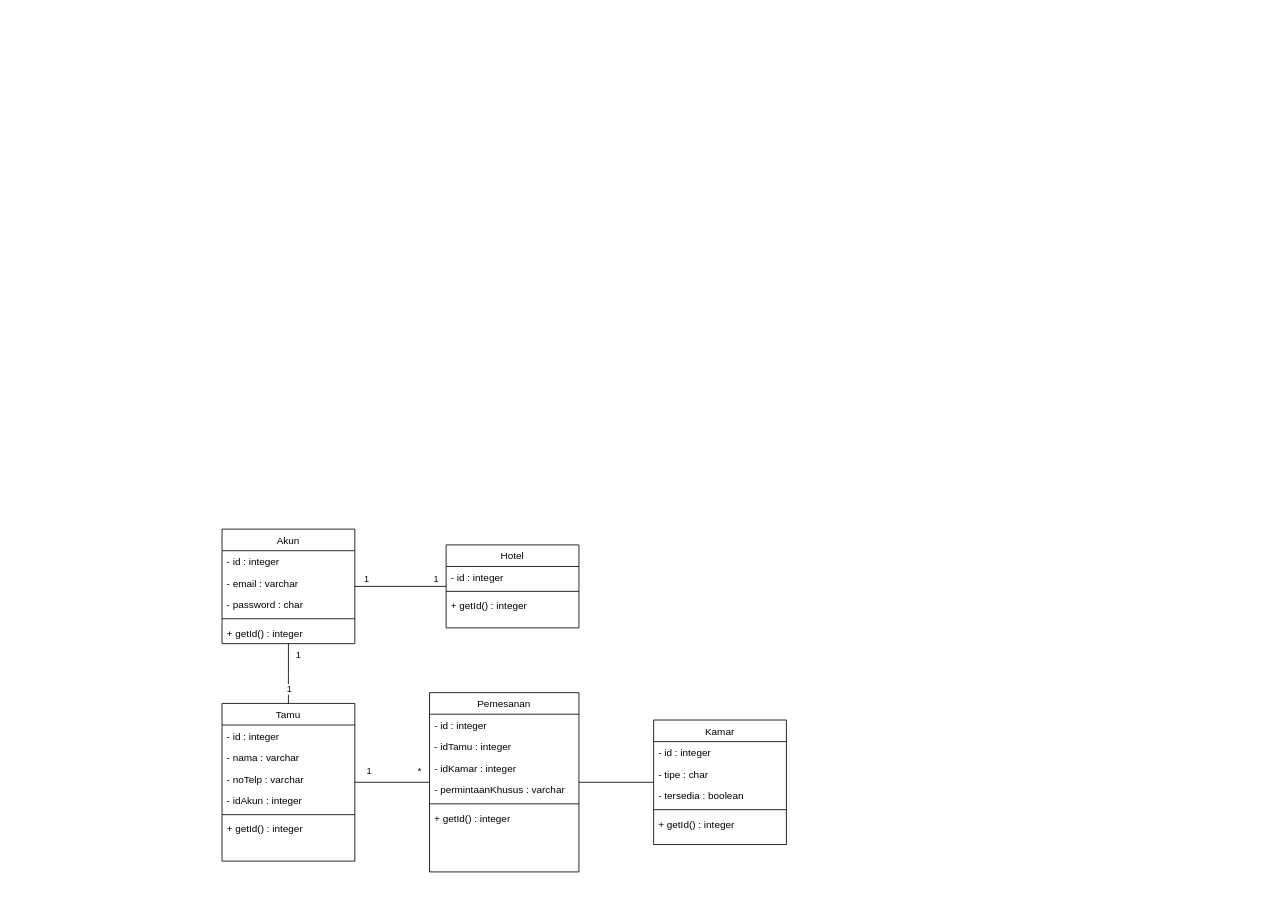
Before: modul8-aps.drawio in ahmrh/diagrams.net, a draw.io diagram. Source tidied: cells renumbered, new cells numbered last; positions are measured from the earlier drawing's top-left corner, leaving out a move shared by most shapes. Both pictures are drawn from the tidied source at 83%, with x=0, y=0 at pixel (222, 529).
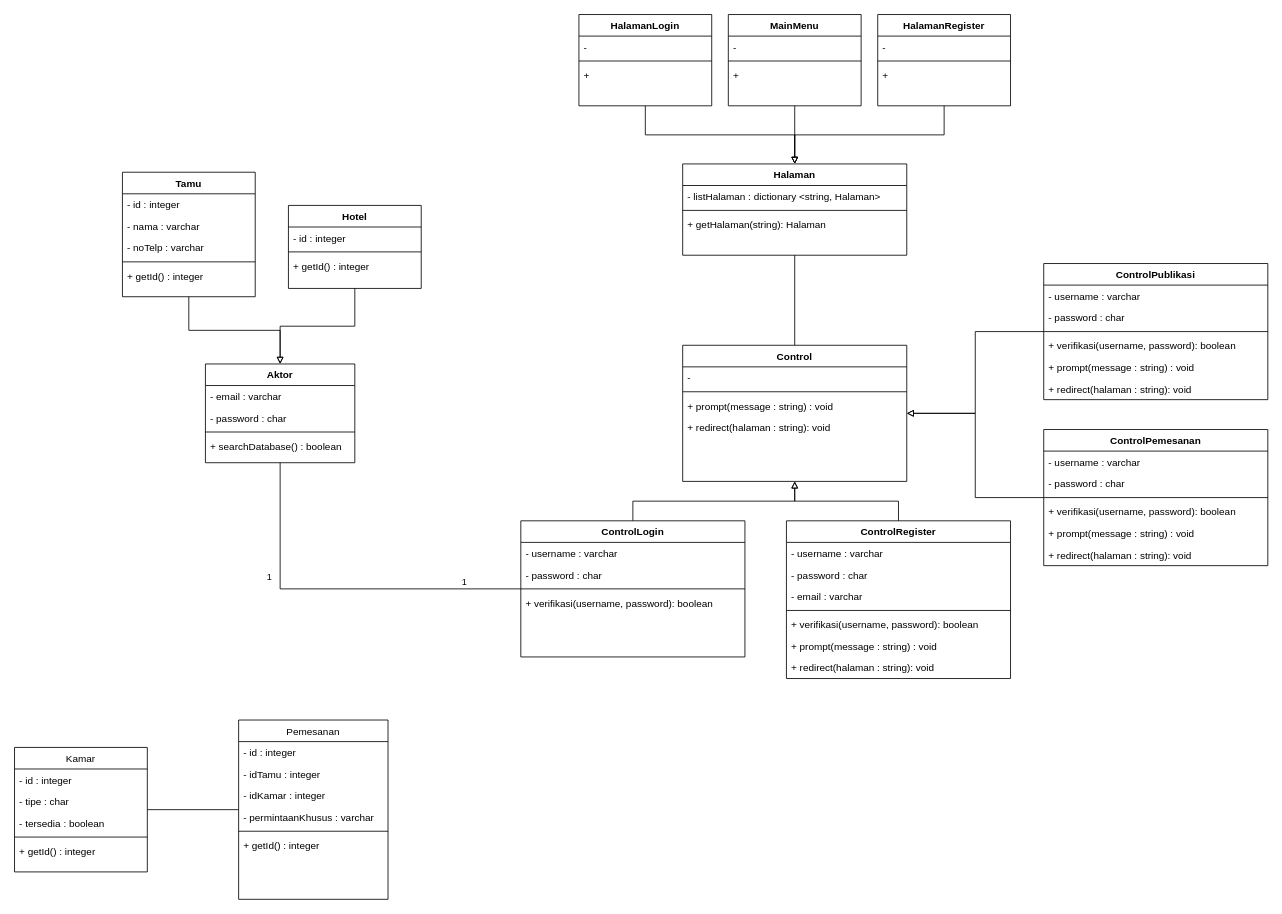
The same diagram, later.

The edit, as a diff of the source:
```diff
@@
-    <mxCell id="2" value="Akun" style="swimlane;fontStyle=0;align=center;verticalAlign=top;horizontal=1;startSize=26;rounded=0;shadow=0;strokeWidth=1;" parent="1" vertex="1">
-      <mxGeometry width="160" height="138" as="geometry" />
+    <mxCell id="2" value="Aktor" style="swimlane;fontStyle=1;align=center;verticalAlign=top;horizontal=1;startSize=26;rounded=0;shadow=0;strokeWidth=1;" parent="1" vertex="1">
+      <mxGeometry x="-20" y="-199" width="180" height="119" as="geometry" />
     </mxCell>
-    <mxCell id="3" value="- id : integer" style="text;align=left;verticalAlign=top;spacingLeft=4;spacingRight=4;overflow=hidden;" parent="2" vertex="1">
-      <mxGeometry y="26" width="160" height="26" as="geometry" />
-    </mxCell>
     <mxCell id="4" value="- email : varchar" style="text;align=left;verticalAlign=top;spacingLeft=4;spacingRight=4;overflow=hidden;" parent="2" vertex="1">
-      <mxGeometry y="52" width="160" height="26" as="geometry" />
+      <mxGeometry y="26" width="180" height="26" as="geometry" />
     </mxCell>
     <mxCell id="5" value="- password : char" style="text;align=left;verticalAlign=top;spacingLeft=4;spacingRight=4;overflow=hidden;rounded=0;shadow=0;html=0;" parent="2" vertex="1">
-      <mxGeometry y="78" width="160" height="26" as="geometry" />
+      <mxGeometry y="52" width="180" height="26" as="geometry" />
     </mxCell>
     <mxCell id="6" style="line;html=1;strokeWidth=1;align=left;verticalAlign=middle;spacingTop=-1;spacingLeft=3;spacingRight=3;labelPosition=right;" parent="2" vertex="1">
-      <mxGeometry y="104" width="160" height="8" as="geometry" />
+      <mxGeometry y="78" width="180" height="8" as="geometry" />
     </mxCell>
-    <mxCell id="7" value="+ getId() : integer" style="text;align=left;verticalAlign=top;spacingLeft=4;spacingRight=4;overflow=hidden;" parent="2" vertex="1">
-      <mxGeometry y="112" width="160" height="26" as="geometry" />
+    <mxCell id="7" value="+ searchDatabase() : boolean" style="text;align=left;verticalAlign=top;spacingLeft=4;spacingRight=4;overflow=hidden;" parent="2" vertex="1">
+      <mxGeometry y="86" width="180" height="26" as="geometry" />
     </mxCell>
-    <mxCell id="8" style="edgeStyle=orthogonalEdgeStyle;rounded=0;jettySize=auto;html=1;endArrow=none;endFill=0;" parent="1" edge="1" source="11" target="22">
-      <mxGeometry relative="1" as="geometry" />
-    </mxCell>
-    <mxCell id="9" value="1" style="edgeLabel;html=1;align=center;verticalAlign=middle;" parent="8" vertex="1">
-      <mxGeometry x="-0.64" y="-1" relative="1" as="geometry">
-        <mxPoint y="-16" as="offset" />
-      </mxGeometry>
-    </mxCell>
-    <mxCell id="10" value="*" style="edgeLabel;html=1;align=center;verticalAlign=middle;" parent="8" vertex="1">
-      <mxGeometry x="0.7" relative="1" as="geometry">
-        <mxPoint y="-15" as="offset" />
-      </mxGeometry>
-    </mxCell>
+    <mxCell id="18" style="edgeStyle=orthogonalEdgeStyle;rounded=0;jettySize=auto;html=1;endArrow=block;endFill=0;" parent="1" edge="1" source="11" target="2">
+      <mxGeometry relative="1" as="geometry" />
+    </mxCell>
-    <mxCell id="11" value="Tamu" style="swimlane;fontStyle=0;align=center;verticalAlign=top;horizontal=1;startSize=26;rounded=0;shadow=0;strokeWidth=1;" parent="1" vertex="1">
-      <mxGeometry y="210" width="160" height="190" as="geometry" />
+    <mxCell id="11" value="Tamu" style="swimlane;fontStyle=1;align=center;verticalAlign=top;horizontal=1;startSize=26;rounded=0;shadow=0;strokeWidth=1;" parent="1" vertex="1">
+      <mxGeometry x="-120" y="-430" width="160" height="150" as="geometry" />
     </mxCell>
@@
-    <mxCell id="15" value="- idAkun : integer" style="text;align=left;verticalAlign=top;spacingLeft=4;spacingRight=4;overflow=hidden;" parent="11" vertex="1">
-      <mxGeometry y="104" width="160" height="26" as="geometry" />
-    </mxCell>
     <mxCell id="16" style="line;html=1;strokeWidth=1;align=left;verticalAlign=middle;spacingTop=-1;spacingLeft=3;spacingRight=3;labelPosition=right;" parent="11" vertex="1">
-      <mxGeometry y="130" width="160" height="8" as="geometry" />
+      <mxGeometry y="104" width="160" height="8" as="geometry" />
     </mxCell>
     <mxCell id="17" value="+ getId() : integer" style="text;align=left;verticalAlign=top;spacingLeft=4;spacingRight=4;overflow=hidden;" parent="11" vertex="1">
-      <mxGeometry y="138" width="160" height="26" as="geometry" />
+      <mxGeometry y="112" width="160" height="26" as="geometry" />
     </mxCell>
-    <mxCell id="18" style="endArrow=none;endSize=10;endFill=0;shadow=0;strokeWidth=1;rounded=0;edgeStyle=elbowEdgeStyle;elbow=vertical;" parent="1" edge="1" source="11" target="2">
-      <mxGeometry relative="1" as="geometry" />
-    </mxCell>
-    <mxCell id="19" value="1" style="edgeLabel;html=1;align=center;verticalAlign=middle;" parent="18" vertex="1">
-      <mxGeometry x="-0.83" y="-1" relative="1" as="geometry">
-        <mxPoint x="-1" y="-12" as="offset" />
-      </mxGeometry>
-    </mxCell>
-    <mxCell id="20" value="1" style="edgeLabel;html=1;align=center;verticalAlign=middle;" parent="18" vertex="1">
-      <mxGeometry x="0.45" y="2" relative="1" as="geometry">
-        <mxPoint x="13" y="-7" as="offset" />
-      </mxGeometry>
-    </mxCell>
@@
     <mxCell id="22" value="Pemesanan" style="swimlane;fontStyle=0;align=center;verticalAlign=top;horizontal=1;startSize=26;rounded=0;shadow=0;strokeWidth=1;" parent="1" vertex="1">
-      <mxGeometry x="250" y="197" width="180" height="216" as="geometry" />
+      <mxGeometry x="20" y="230" width="180" height="216" as="geometry" />
     </mxCell>
@@
-    <mxCell id="29" style="edgeStyle=orthogonalEdgeStyle;rounded=0;jettySize=auto;html=1;endArrow=none;endFill=0;" parent="1" edge="1" source="32" target="2">
+    <mxCell id="29" style="edgeStyle=orthogonalEdgeStyle;rounded=0;jettySize=auto;html=1;endArrow=block;endFill=0;" parent="1" edge="1" source="32" target="2">
       <mxGeometry relative="1" as="geometry" />
     </mxCell>
-    <mxCell id="30" value="1" style="edgeLabel;html=1;align=center;verticalAlign=middle;" parent="29" vertex="1">
-      <mxGeometry x="-0.67" y="1" relative="1" as="geometry">
-        <mxPoint x="5" y="-11" as="offset" />
-      </mxGeometry>
-    </mxCell>
-    <mxCell id="31" value="1" style="edgeLabel;html=1;align=center;verticalAlign=middle;" parent="29" vertex="1">
-      <mxGeometry x="0.73" y="1" relative="1" as="geometry">
-        <mxPoint x="-2" y="-11" as="offset" />
-      </mxGeometry>
-    </mxCell>
-    <mxCell id="32" value="Hotel" style="swimlane;fontStyle=0;align=center;verticalAlign=top;horizontal=1;startSize=26;rounded=0;shadow=0;strokeWidth=1;" parent="1" vertex="1">
-      <mxGeometry x="270" y="19" width="160" height="100" as="geometry" />
+    <mxCell id="32" value="Hotel" style="swimlane;fontStyle=1;align=center;verticalAlign=top;horizontal=1;startSize=26;rounded=0;shadow=0;strokeWidth=1;" parent="1" vertex="1">
+      <mxGeometry x="80" y="-390" width="160" height="100" as="geometry" />
     </mxCell>
@@
     <mxCell id="36" value="Kamar" style="swimlane;fontStyle=0;align=center;verticalAlign=top;horizontal=1;startSize=26;rounded=0;shadow=0;strokeWidth=1;" parent="1" vertex="1">
-      <mxGeometry x="520" y="230" width="160" height="150" as="geometry" />
+      <mxGeometry x="-250" y="263" width="160" height="150" as="geometry" />
     </mxCell>
@@
+    <mxCell id="42" style="edgeStyle=orthogonalEdgeStyle;rounded=0;jettySize=auto;html=1;endArrow=none;endFill=0;" parent="1" edge="1" source="47" target="2">
+      <mxGeometry relative="1" as="geometry" />
+    </mxCell>
+    <mxCell id="43" value="1" style="edgeLabel;html=1;align=center;verticalAlign=middle;" parent="42" vertex="1">
+      <mxGeometry x="0.35" y="-2" relative="1" as="geometry">
+        <mxPoint x="-16" y="-7" as="offset" />
+      </mxGeometry>
+    </mxCell>
+    <mxCell id="44" value="1" style="edgeLabel;html=1;align=center;verticalAlign=middle;" parent="42" vertex="1">
+      <mxGeometry x="-0.66" y="-2" relative="1" as="geometry">
+        <mxPoint x="6" y="-7" as="offset" />
+      </mxGeometry>
+    </mxCell>
+    <mxCell id="45" style="edgeStyle=orthogonalEdgeStyle;rounded=0;jettySize=auto;html=1;startArrow=none;startFill=0;endArrow=none;endFill=0;" parent="1" edge="1" source="79" target="61">
+      <mxGeometry relative="1" as="geometry" />
+    </mxCell>
+    <mxCell id="46" style="edgeStyle=orthogonalEdgeStyle;rounded=0;jettySize=auto;html=1;startArrow=none;startFill=0;endArrow=block;endFill=0;" parent="1" edge="1" source="47" target="79">
+      <mxGeometry relative="1" as="geometry" />
+    </mxCell>
+    <mxCell id="47" value="ControlLogin" style="swimlane;fontStyle=1;align=center;verticalAlign=top;horizontal=1;startSize=26;rounded=0;shadow=0;strokeWidth=1;" parent="1" vertex="1">
+      <mxGeometry x="360" y="-10" width="270" height="164" as="geometry" />
+    </mxCell>
+    <mxCell id="48" value="- username : varchar" style="text;align=left;verticalAlign=top;spacingLeft=4;spacingRight=4;overflow=hidden;" parent="47" vertex="1">
+      <mxGeometry y="26" width="270" height="26" as="geometry" />
+    </mxCell>
+    <mxCell id="49" value="- password : char" style="text;align=left;verticalAlign=top;spacingLeft=4;spacingRight=4;overflow=hidden;" parent="47" vertex="1">
+      <mxGeometry y="52" width="270" height="26" as="geometry" />
+    </mxCell>
+    <mxCell id="50" style="line;html=1;strokeWidth=1;align=left;verticalAlign=middle;spacingTop=-1;spacingLeft=3;spacingRight=3;labelPosition=right;" parent="47" vertex="1">
+      <mxGeometry y="78" width="270" height="8" as="geometry" />
+    </mxCell>
+    <mxCell id="51" value="+ verifikasi(username, password): boolean" style="text;align=left;verticalAlign=top;spacingLeft=4;spacingRight=4;overflow=hidden;" parent="47" vertex="1">
+      <mxGeometry y="86" width="270" height="26" as="geometry" />
+    </mxCell>
+    <mxCell id="52" value="ControlRegister" style="swimlane;fontStyle=1;align=center;verticalAlign=top;horizontal=1;startSize=26;rounded=0;shadow=0;strokeWidth=1;" parent="1" vertex="1">
+      <mxGeometry x="680" y="-10" width="270" height="190" as="geometry" />
+    </mxCell>
+    <mxCell id="53" value="- username : varchar" style="text;align=left;verticalAlign=top;spacingLeft=4;spacingRight=4;overflow=hidden;" parent="52" vertex="1">
+      <mxGeometry y="26" width="270" height="26" as="geometry" />
+    </mxCell>
+    <mxCell id="54" value="- password : char" style="text;align=left;verticalAlign=top;spacingLeft=4;spacingRight=4;overflow=hidden;" parent="52" vertex="1">
+      <mxGeometry y="52" width="270" height="26" as="geometry" />
+    </mxCell>
+    <mxCell id="55" value="- email : varchar" style="text;align=left;verticalAlign=top;spacingLeft=4;spacingRight=4;overflow=hidden;" parent="52" vertex="1">
+      <mxGeometry y="78" width="270" height="26" as="geometry" />
+    </mxCell>
+    <mxCell id="56" style="line;html=1;strokeWidth=1;align=left;verticalAlign=middle;spacingTop=-1;spacingLeft=3;spacingRight=3;labelPosition=right;" parent="52" vertex="1">
+      <mxGeometry y="104" width="270" height="8" as="geometry" />
+    </mxCell>
+    <mxCell id="57" value="+ verifikasi(username, password): boolean" style="text;align=left;verticalAlign=top;spacingLeft=4;spacingRight=4;overflow=hidden;" parent="52" vertex="1">
+      <mxGeometry y="112" width="270" height="26" as="geometry" />
+    </mxCell>
+    <mxCell id="58" value="+ prompt(message : string) : void" style="text;align=left;verticalAlign=top;spacingLeft=4;spacingRight=4;overflow=hidden;" parent="52" vertex="1">
+      <mxGeometry y="138" width="270" height="26" as="geometry" />
+    </mxCell>
+    <mxCell id="59" value="+ redirect(halaman : string): void" style="text;align=left;verticalAlign=top;spacingLeft=4;spacingRight=4;overflow=hidden;" parent="52" vertex="1">
+      <mxGeometry y="164" width="270" height="26" as="geometry" />
+    </mxCell>
+    <mxCell id="60" style="edgeStyle=orthogonalEdgeStyle;rounded=0;jettySize=auto;html=1;startArrow=block;startFill=0;endArrow=none;endFill=0;" parent="1" edge="1" source="61" target="65">
+      <mxGeometry relative="1" as="geometry" />
+    </mxCell>
+    <mxCell id="61" value="Halaman" style="swimlane;fontStyle=1;align=center;verticalAlign=top;horizontal=1;startSize=26;rounded=0;shadow=0;strokeWidth=1;" parent="1" vertex="1">
+      <mxGeometry x="555" y="-440" width="270" height="110" as="geometry" />
+    </mxCell>
+    <mxCell id="62" value="- listHalaman : dictionary &lt;string, Halaman&gt;" style="text;align=left;verticalAlign=top;spacingLeft=4;spacingRight=4;overflow=hidden;" parent="61" vertex="1">
+      <mxGeometry y="26" width="270" height="26" as="geometry" />
+    </mxCell>
+    <mxCell id="63" style="line;html=1;strokeWidth=1;align=left;verticalAlign=middle;spacingTop=-1;spacingLeft=3;spacingRight=3;labelPosition=right;" parent="61" vertex="1">
+      <mxGeometry y="52" width="270" height="8" as="geometry" />
+    </mxCell>
+    <mxCell id="64" value="+ getHalaman(string): Halaman" style="text;align=left;verticalAlign=top;spacingLeft=4;spacingRight=4;overflow=hidden;" parent="61" vertex="1">
+      <mxGeometry y="60" width="270" height="26" as="geometry" />
+    </mxCell>
+    <mxCell id="65" value="HalamanLogin" style="swimlane;fontStyle=1;align=center;verticalAlign=top;horizontal=1;startSize=26;rounded=0;shadow=0;strokeWidth=1;" parent="1" vertex="1">
+      <mxGeometry x="430" y="-620" width="160" height="110" as="geometry" />
+    </mxCell>
+    <mxCell id="66" value="- " style="text;align=left;verticalAlign=top;spacingLeft=4;spacingRight=4;overflow=hidden;" parent="65" vertex="1">
+      <mxGeometry y="26" width="160" height="26" as="geometry" />
+    </mxCell>
+    <mxCell id="67" style="line;html=1;strokeWidth=1;align=left;verticalAlign=middle;spacingTop=-1;spacingLeft=3;spacingRight=3;labelPosition=right;" parent="65" vertex="1">
+      <mxGeometry y="52" width="160" height="8" as="geometry" />
+    </mxCell>
+    <mxCell id="68" value="+ " style="text;align=left;verticalAlign=top;spacingLeft=4;spacingRight=4;overflow=hidden;" parent="65" vertex="1">
+      <mxGeometry y="60" width="160" height="26" as="geometry" />
+    </mxCell>
+    <mxCell id="69" value="MainMenu" style="swimlane;fontStyle=1;align=center;verticalAlign=top;horizontal=1;startSize=26;rounded=0;shadow=0;strokeWidth=1;" parent="1" vertex="1">
+      <mxGeometry x="610" y="-620" width="160" height="110" as="geometry" />
+    </mxCell>
+    <mxCell id="70" value="- " style="text;align=left;verticalAlign=top;spacingLeft=4;spacingRight=4;overflow=hidden;" parent="69" vertex="1">
+      <mxGeometry y="26" width="160" height="26" as="geometry" />
+    </mxCell>
+    <mxCell id="71" style="line;html=1;strokeWidth=1;align=left;verticalAlign=middle;spacingTop=-1;spacingLeft=3;spacingRight=3;labelPosition=right;" parent="69" vertex="1">
+      <mxGeometry y="52" width="160" height="8" as="geometry" />
+    </mxCell>
+    <mxCell id="72" value="+ " style="text;align=left;verticalAlign=top;spacingLeft=4;spacingRight=4;overflow=hidden;" parent="69" vertex="1">
+      <mxGeometry y="60" width="160" height="26" as="geometry" />
+    </mxCell>
+    <mxCell id="73" style="edgeStyle=orthogonalEdgeStyle;rounded=0;jettySize=auto;html=1;startArrow=block;startFill=0;endArrow=none;endFill=0;" parent="1" edge="1" source="61" target="74">
+      <mxGeometry relative="1" as="geometry" />
+    </mxCell>
+    <mxCell id="74" value="HalamanRegister" style="swimlane;fontStyle=1;align=center;verticalAlign=top;horizontal=1;startSize=26;rounded=0;shadow=0;strokeWidth=1;" parent="1" vertex="1">
+      <mxGeometry x="790" y="-620" width="160" height="110" as="geometry" />
+    </mxCell>
+    <mxCell id="75" value="- " style="text;align=left;verticalAlign=top;spacingLeft=4;spacingRight=4;overflow=hidden;" parent="74" vertex="1">
+      <mxGeometry y="26" width="160" height="26" as="geometry" />
+    </mxCell>
+    <mxCell id="76" style="line;html=1;strokeWidth=1;align=left;verticalAlign=middle;spacingTop=-1;spacingLeft=3;spacingRight=3;labelPosition=right;" parent="74" vertex="1">
+      <mxGeometry y="52" width="160" height="8" as="geometry" />
+    </mxCell>
+    <mxCell id="77" value="+ " style="text;align=left;verticalAlign=top;spacingLeft=4;spacingRight=4;overflow=hidden;" parent="74" vertex="1">
+      <mxGeometry y="60" width="160" height="26" as="geometry" />
+    </mxCell>
+    <mxCell id="78" style="edgeStyle=orthogonalEdgeStyle;rounded=0;jettySize=auto;html=1;startArrow=block;startFill=0;endArrow=none;endFill=0;" parent="1" edge="1" source="61" target="69">
+      <mxGeometry relative="1" as="geometry" />
+    </mxCell>
+    <mxCell id="79" value="Control" style="swimlane;fontStyle=1;align=center;verticalAlign=top;horizontal=1;startSize=26;rounded=0;shadow=0;strokeWidth=1;" parent="1" vertex="1">
+      <mxGeometry x="555" y="-221.5" width="270" height="164" as="geometry" />
+    </mxCell>
+    <mxCell id="80" value="- " style="text;align=left;verticalAlign=top;spacingLeft=4;spacingRight=4;overflow=hidden;" parent="79" vertex="1">
+      <mxGeometry y="26" width="270" height="26" as="geometry" />
+    </mxCell>
+    <mxCell id="81" style="line;html=1;strokeWidth=1;align=left;verticalAlign=middle;spacingTop=-1;spacingLeft=3;spacingRight=3;labelPosition=right;" parent="79" vertex="1">
+      <mxGeometry y="52" width="270" height="8" as="geometry" />
+    </mxCell>
+    <mxCell id="82" value="+ prompt(message : string) : void" style="text;align=left;verticalAlign=top;spacingLeft=4;spacingRight=4;overflow=hidden;" parent="79" vertex="1">
+      <mxGeometry y="60" width="270" height="26" as="geometry" />
+    </mxCell>
+    <mxCell id="83" value="+ redirect(halaman : string): void" style="text;align=left;verticalAlign=top;spacingLeft=4;spacingRight=4;overflow=hidden;" parent="79" vertex="1">
+      <mxGeometry y="86" width="270" height="26" as="geometry" />
+    </mxCell>
+    <mxCell id="84" value="ControlPemesanan" style="swimlane;fontStyle=1;align=center;verticalAlign=top;horizontal=1;startSize=26;rounded=0;shadow=0;strokeWidth=1;" parent="1" vertex="1">
+      <mxGeometry x="990" y="-120" width="270" height="164" as="geometry" />
+    </mxCell>
+    <mxCell id="85" value="- username : varchar" style="text;align=left;verticalAlign=top;spacingLeft=4;spacingRight=4;overflow=hidden;" parent="84" vertex="1">
+      <mxGeometry y="26" width="270" height="26" as="geometry" />
+    </mxCell>
+    <mxCell id="86" value="- password : char" style="text;align=left;verticalAlign=top;spacingLeft=4;spacingRight=4;overflow=hidden;" parent="84" vertex="1">
+      <mxGeometry y="52" width="270" height="26" as="geometry" />
+    </mxCell>
+    <mxCell id="87" style="line;html=1;strokeWidth=1;align=left;verticalAlign=middle;spacingTop=-1;spacingLeft=3;spacingRight=3;labelPosition=right;" parent="84" vertex="1">
+      <mxGeometry y="78" width="270" height="8" as="geometry" />
+    </mxCell>
+    <mxCell id="88" value="+ verifikasi(username, password): boolean" style="text;align=left;verticalAlign=top;spacingLeft=4;spacingRight=4;overflow=hidden;" parent="84" vertex="1">
+      <mxGeometry y="86" width="270" height="26" as="geometry" />
+    </mxCell>
+    <mxCell id="89" value="+ prompt(message : string) : void" style="text;align=left;verticalAlign=top;spacingLeft=4;spacingRight=4;overflow=hidden;" parent="84" vertex="1">
+      <mxGeometry y="112" width="270" height="26" as="geometry" />
+    </mxCell>
+    <mxCell id="90" value="+ redirect(halaman : string): void" style="text;align=left;verticalAlign=top;spacingLeft=4;spacingRight=4;overflow=hidden;" parent="84" vertex="1">
+      <mxGeometry y="138" width="270" height="26" as="geometry" />
+    </mxCell>
+    <mxCell id="91" style="edgeStyle=orthogonalEdgeStyle;rounded=0;jettySize=auto;html=1;startArrow=none;startFill=0;endArrow=block;endFill=0;" parent="1" edge="1" source="52" target="79">
+      <mxGeometry relative="1" as="geometry" />
+    </mxCell>
+    <mxCell id="92" style="edgeStyle=orthogonalEdgeStyle;rounded=0;jettySize=auto;html=1;startArrow=none;startFill=0;endArrow=block;endFill=0;" parent="1" edge="1" source="84" target="79">
+      <mxGeometry relative="1" as="geometry" />
+    </mxCell>
+    <mxCell id="93" value="ControlPublikasi" style="swimlane;fontStyle=1;align=center;verticalAlign=top;horizontal=1;startSize=26;rounded=0;shadow=0;strokeWidth=1;" parent="1" vertex="1">
+      <mxGeometry x="990" y="-320" width="270" height="164" as="geometry" />
+    </mxCell>
+    <mxCell id="94" value="- username : varchar" style="text;align=left;verticalAlign=top;spacingLeft=4;spacingRight=4;overflow=hidden;" parent="93" vertex="1">
+      <mxGeometry y="26" width="270" height="26" as="geometry" />
+    </mxCell>
+    <mxCell id="95" value="- password : char" style="text;align=left;verticalAlign=top;spacingLeft=4;spacingRight=4;overflow=hidden;" parent="93" vertex="1">
+      <mxGeometry y="52" width="270" height="26" as="geometry" />
+    </mxCell>
+    <mxCell id="96" style="line;html=1;strokeWidth=1;align=left;verticalAlign=middle;spacingTop=-1;spacingLeft=3;spacingRight=3;labelPosition=right;" parent="93" vertex="1">
+      <mxGeometry y="78" width="270" height="8" as="geometry" />
+    </mxCell>
+    <mxCell id="97" value="+ verifikasi(username, password): boolean" style="text;align=left;verticalAlign=top;spacingLeft=4;spacingRight=4;overflow=hidden;" parent="93" vertex="1">
+      <mxGeometry y="86" width="270" height="26" as="geometry" />
+    </mxCell>
+    <mxCell id="98" value="+ prompt(message : string) : void" style="text;align=left;verticalAlign=top;spacingLeft=4;spacingRight=4;overflow=hidden;" parent="93" vertex="1">
+      <mxGeometry y="112" width="270" height="26" as="geometry" />
+    </mxCell>
+    <mxCell id="99" value="+ redirect(halaman : string): void" style="text;align=left;verticalAlign=top;spacingLeft=4;spacingRight=4;overflow=hidden;" parent="93" vertex="1">
+      <mxGeometry y="138" width="270" height="26" as="geometry" />
+    </mxCell>
+    <mxCell id="100" style="edgeStyle=orthogonalEdgeStyle;rounded=0;jettySize=auto;html=1;startArrow=none;startFill=0;endArrow=block;endFill=0;" parent="1" edge="1" source="93" target="79">
+      <mxGeometry relative="1" as="geometry" />
+    </mxCell>
```
